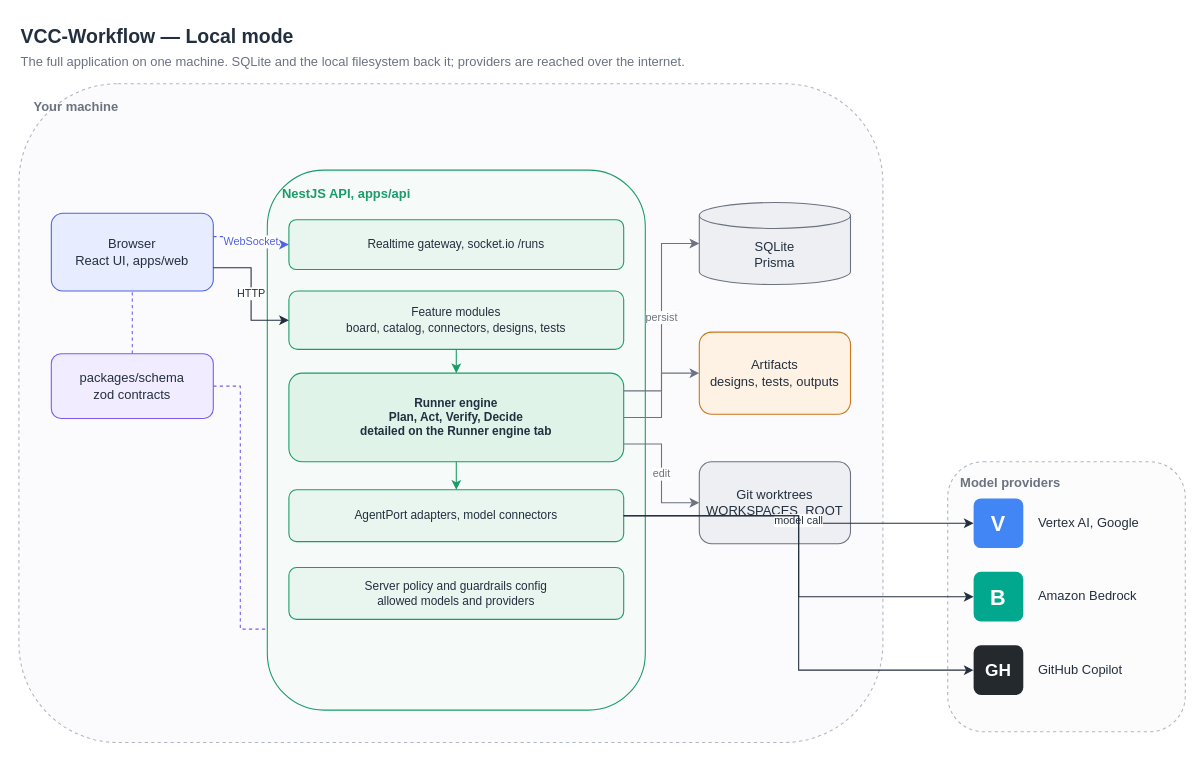
The draw.io diagram page "Local" (1 of 3) of docs/vcc-architecture.drawio in hoanghelm/UrAIWorkflow, before the edit. Source tidied: cells renumbered, new cells numbered last; positions are measured from the earlier drawing's top-left corner, leaving out a move shared by most shapes. Both pictures are drawn from the tidied source at 108%, with x=0, y=0 at pixel (18, 18).
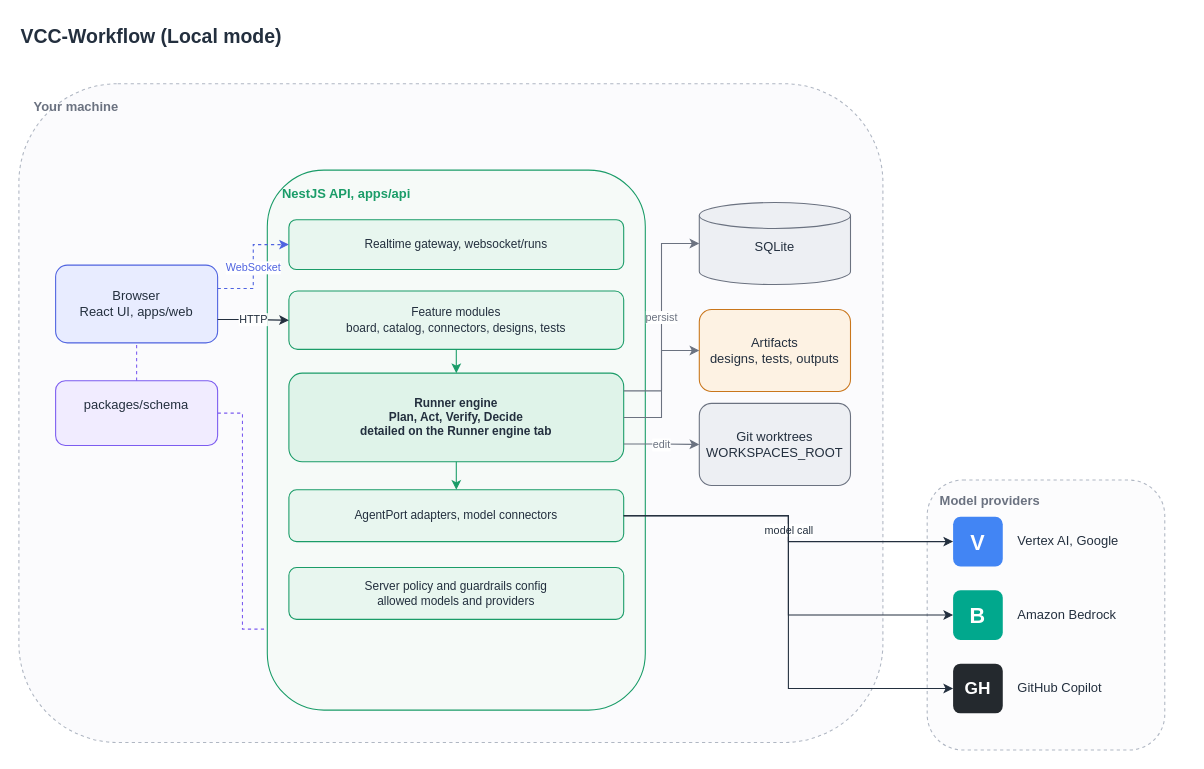
The same page after the edit.

The change refers to these unchanged cells:
```xml
<mxCell id="4" value="Your machine" style="rounded=1;whiteSpace=wrap;html=1;fillColor=#FBFBFD;strokeColor=#B0B7C3;dashed=1;verticalAlign=top;align=left;fontColor=#6B7280;fontStyle=1;spacingLeft=12;spacingTop=8;" parent="1" vertex="1">
  <mxGeometry y="60" width="800" height="610" as="geometry" />
</mxCell>
<mxCell id="7" value="NestJS API, apps/api" style="rounded=1;whiteSpace=wrap;html=1;fillColor=#F6FAF8;strokeColor=#1a9c68;fontColor=#1a9c68;fontStyle=1;verticalAlign=top;align=left;spacingLeft=12;spacingTop=8;" parent="4" vertex="1">
  <mxGeometry x="230" y="80" width="350" height="500" as="geometry" />
</mxCell>
```

Change to the diagram source:
```diff
@@
-    <mxCell id="2" value="VCC-Workflow — Local mode" style="text;html=1;fontSize=18;fontStyle=1;fontColor=#232F3E;align=left;" parent="1" vertex="1">
+    <mxCell id="2" value="VCC-Workflow (Local mode)" style="text;html=1;fontSize=18;fontStyle=1;fontColor=#232F3E;align=left;" parent="1" vertex="1">
       <mxGeometry width="500" height="26" as="geometry" />
     </mxCell>
-    <mxCell id="3" value="The full application on one machine. SQLite and the local filesystem back it; providers are reached over the internet." style="text;html=1;fontSize=12;fontColor=#6B7280;align=left;" parent="1" vertex="1">
-      <mxGeometry y="26" width="900" height="18" as="geometry" />
-    </mxCell>
@@
     <mxCell id="5" value="Browser&#10;React UI, apps/web" style="rounded=1;whiteSpace=wrap;html=1;fillColor=#E8ECFF;strokeColor=#4f63e0;fontColor=#232F3E;fontSize=12;" parent="4" vertex="1">
-      <mxGeometry x="30" y="120" width="150" height="72" as="geometry" />
+      <mxGeometry x="34" y="168" width="150" height="72" as="geometry" />
     </mxCell>
-    <mxCell id="6" value="packages/schema&#10;zod contracts" style="rounded=1;whiteSpace=wrap;html=1;fillColor=#F1ECFF;strokeColor=#7c5cf0;fontColor=#232F3E;fontSize=12;" parent="4" vertex="1">
-      <mxGeometry x="30" y="250" width="150" height="60" as="geometry" />
+    <mxCell id="6" value="packages/schema&lt;div&gt;&lt;br/&gt;&lt;/div&gt;" style="rounded=1;whiteSpace=wrap;html=1;fillColor=#F1ECFF;strokeColor=#7c5cf0;fontColor=#232F3E;fontSize=12;" parent="4" vertex="1">
+      <mxGeometry x="34" y="275" width="150" height="60" as="geometry" />
     </mxCell>
@@
-    <mxCell id="8" value="Realtime gateway, socket.io /runs" style="rounded=1;whiteSpace=wrap;html=1;fillColor=#E8F6EF;strokeColor=#1a9c68;fontColor=#232F3E;fontSize=11;" parent="7" vertex="1">
+    <mxCell id="8" value="Realtime gateway, websocket/runs" style="rounded=1;whiteSpace=wrap;html=1;fillColor=#E8F6EF;strokeColor=#1a9c68;fontColor=#232F3E;fontSize=11;" parent="7" vertex="1">
       <mxGeometry x="20" y="46" width="310" height="46" as="geometry" />
     </mxCell>
@@
-    <mxCell id="13" value="SQLite&#10;Prisma" style="shape=cylinder3;whiteSpace=wrap;html=1;boundedLbl=1;backgroundOutline=1;size=12;fillColor=#EDEFF3;strokeColor=#6B7280;fontColor=#232F3E;fontSize=12;" parent="4" vertex="1">
+    <mxCell id="13" value="SQLite&lt;div&gt;&lt;br/&gt;&lt;/div&gt;" style="shape=cylinder3;whiteSpace=wrap;html=1;boundedLbl=1;backgroundOutline=1;size=12;fillColor=#EDEFF3;strokeColor=#6B7280;fontColor=#232F3E;fontSize=12;" parent="4" vertex="1">
       <mxGeometry x="630" y="110" width="140" height="76" as="geometry" />
     </mxCell>
     <mxCell id="14" value="Artifacts&#10;designs, tests, outputs" style="rounded=1;whiteSpace=wrap;html=1;fillColor=#FDF2E3;strokeColor=#C9761B;fontColor=#232F3E;fontSize=12;" parent="4" vertex="1">
-      <mxGeometry x="630" y="230" width="140" height="76" as="geometry" />
+      <mxGeometry x="630" y="209" width="140" height="76" as="geometry" />
     </mxCell>
     <mxCell id="15" value="Git worktrees&#10;WORKSPACES_ROOT" style="rounded=1;whiteSpace=wrap;html=1;fillColor=#EDEFF3;strokeColor=#6B7280;fontColor=#232F3E;fontSize=12;" parent="4" vertex="1">
-      <mxGeometry x="630" y="350" width="140" height="76" as="geometry" />
+      <mxGeometry x="630" y="296" width="140" height="76" as="geometry" />
     </mxCell>
     <mxCell id="16" value="Model providers" style="rounded=1;whiteSpace=wrap;html=1;fillColor=#FCFCFD;strokeColor=#B0B7C3;dashed=1;verticalAlign=top;align=left;fontColor=#6B7280;fontStyle=1;spacingLeft=10;spacingTop=6;" parent="1" vertex="1">
-      <mxGeometry x="860" y="410" width="220" height="250" as="geometry" />
+      <mxGeometry x="841" y="427" width="220" height="250" as="geometry" />
     </mxCell>
```
